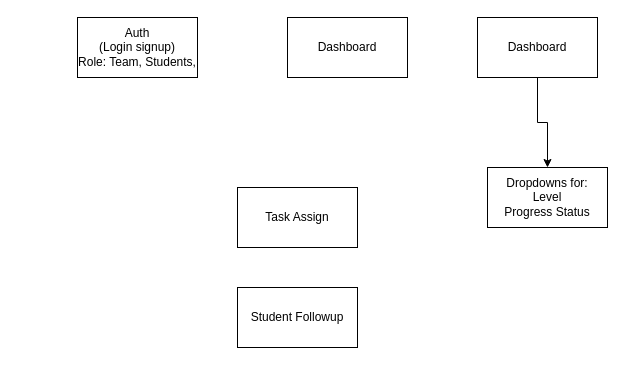
Before: Evani.drawio in Ritikup/Database-Diagrams, a draw.io diagram. Source tidied: cells renumbered, new cells numbered last; positions are measured from the earlier drawing's top-left corner, leaving out a move shared by most shapes. Both pictures are drawn from the tidied source at 100%, with x=0, y=0 at pixel (77, 17).
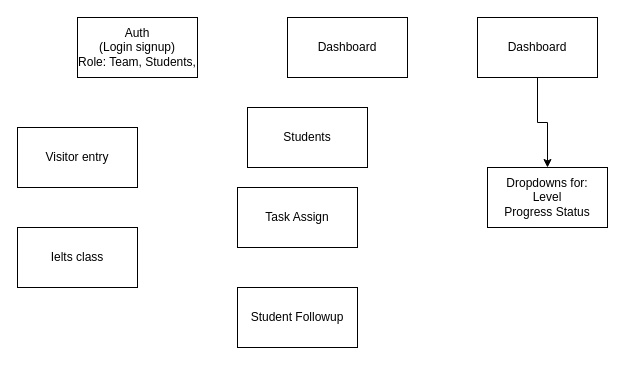
Above is the later version.

Change to the diagram source:
```diff
@@
 <mxGraphModel>
   <root>
     <mxCell id="0" />
     <mxCell id="1" parent="0" />
     <mxCell id="2" value="Auth&lt;br&gt;(Login signup)&lt;br&gt;Role: Team, Students," style="rounded=0;whiteSpace=wrap;html=1;" parent="1" vertex="1">
       <mxGeometry width="120" height="60" as="geometry" />
     </mxCell>
     <mxCell id="3" value="Dashboard" style="rounded=0;whiteSpace=wrap;html=1;" parent="1" vertex="1">
       <mxGeometry x="210" width="120" height="60" as="geometry" />
     </mxCell>
     <mxCell id="4" style="edgeStyle=orthogonalEdgeStyle;rounded=0;jettySize=auto;html=1;" parent="1" edge="1" source="5" target="6">
       <mxGeometry relative="1" as="geometry" />
     </mxCell>
     <mxCell id="5" value="Dashboard" style="rounded=0;whiteSpace=wrap;html=1;" parent="1" vertex="1">
       <mxGeometry x="400" width="120" height="60" as="geometry" />
     </mxCell>
     <mxCell id="6" value="Dropdowns for:&lt;br&gt;Level&lt;br&gt;Progress Status" style="rounded=0;whiteSpace=wrap;html=1;" parent="1" vertex="1">
       <mxGeometry x="410" y="150" width="120" height="60" as="geometry" />
     </mxCell>
     <mxCell id="7" value="Task Assign" style="rounded=0;whiteSpace=wrap;html=1;" parent="1" vertex="1">
       <mxGeometry x="160" y="170" width="120" height="60" as="geometry" />
     </mxCell>
     <mxCell id="8" value="Student Followup" style="rounded=0;whiteSpace=wrap;html=1;" parent="1" vertex="1">
       <mxGeometry x="160" y="270" width="120" height="60" as="geometry" />
     </mxCell>
+    <mxCell id="9" value="Visitor entry" style="rounded=0;whiteSpace=wrap;html=1;" parent="1" vertex="1">
+      <mxGeometry x="-60" y="110" width="120" height="60" as="geometry" />
+    </mxCell>
+    <mxCell id="10" value="Ielts class" style="rounded=0;whiteSpace=wrap;html=1;" parent="1" vertex="1">
+      <mxGeometry x="-60" y="210" width="120" height="60" as="geometry" />
+    </mxCell>
+    <mxCell id="11" value="Students" style="rounded=0;whiteSpace=wrap;html=1;" parent="1" vertex="1">
+      <mxGeometry x="170" y="90" width="120" height="60" as="geometry" />
+    </mxCell>
   </root>
 </mxGraphModel>
```
